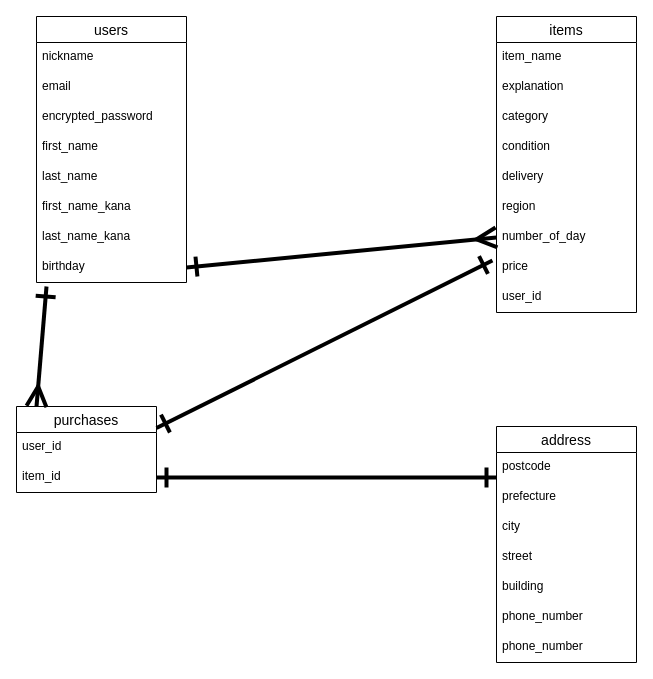
This is data.dio from heiyou1234/furima-40012, a draw.io file, before an edit. Source tidied: cells renumbered, new cells numbered last; positions are measured from the earlier drawing's top-left corner, leaving out a move shared by most shapes. Both pictures are drawn from the tidied source at 100%, with x=0, y=0 at pixel (16, 16).
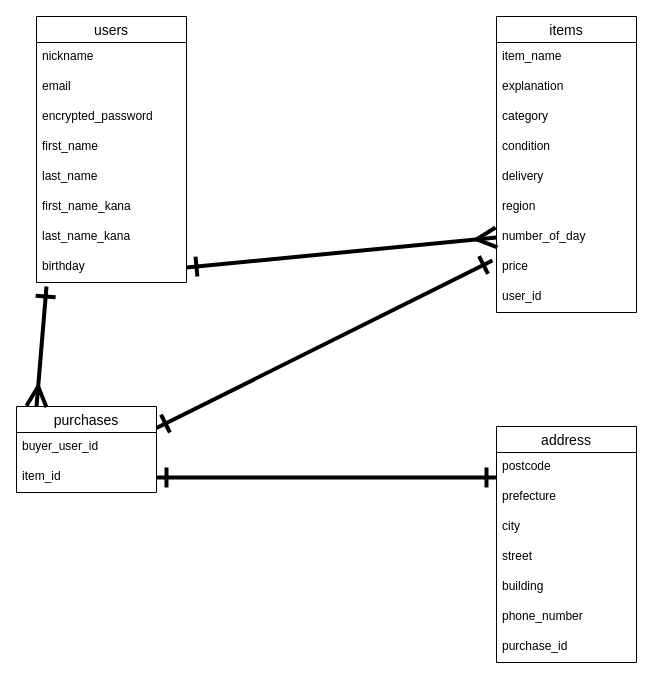
The same page after the edit.

Commit message:
データベース３

Unchanged cells that the change refers to:
```xml
<mxCell id="21" value="purchases" style="swimlane;fontStyle=0;horizontal=1;startSize=26;align=center;fontSize=14;" parent="1" vertex="1">
  <mxGeometry y="390" width="140" height="86" as="geometry" />
</mxCell>
<mxCell id="24" value="address" style="swimlane;fontStyle=0;horizontal=1;startSize=26;align=center;fontSize=14;" parent="1" vertex="1">
  <mxGeometry x="480" y="410" width="140" height="236" as="geometry" />
</mxCell>
```

The edit, as a diff of the source:
```diff
@@
-    <mxCell id="22" value="user_id" style="text;strokeColor=none;fillColor=none;spacingLeft=4;spacingRight=4;overflow=hidden;fontSize=12;" parent="21" vertex="1">
+    <mxCell id="22" value="buyer_user_id" style="text;strokeColor=none;fillColor=none;spacingLeft=4;spacingRight=4;overflow=hidden;fontSize=12;" parent="21" vertex="1">
       <mxGeometry y="26" width="140" height="30" as="geometry" />
     </mxCell>
@@
-    <mxCell id="31" value="phone_number" style="text;strokeColor=none;fillColor=none;spacingLeft=4;spacingRight=4;overflow=hidden;fontSize=12;" parent="24" vertex="1">
+    <mxCell id="31" value="purchase_id" style="text;strokeColor=none;fillColor=none;spacingLeft=4;spacingRight=4;overflow=hidden;fontSize=12;" parent="24" vertex="1">
       <mxGeometry y="206" width="140" height="30" as="geometry" />
     </mxCell>
```
